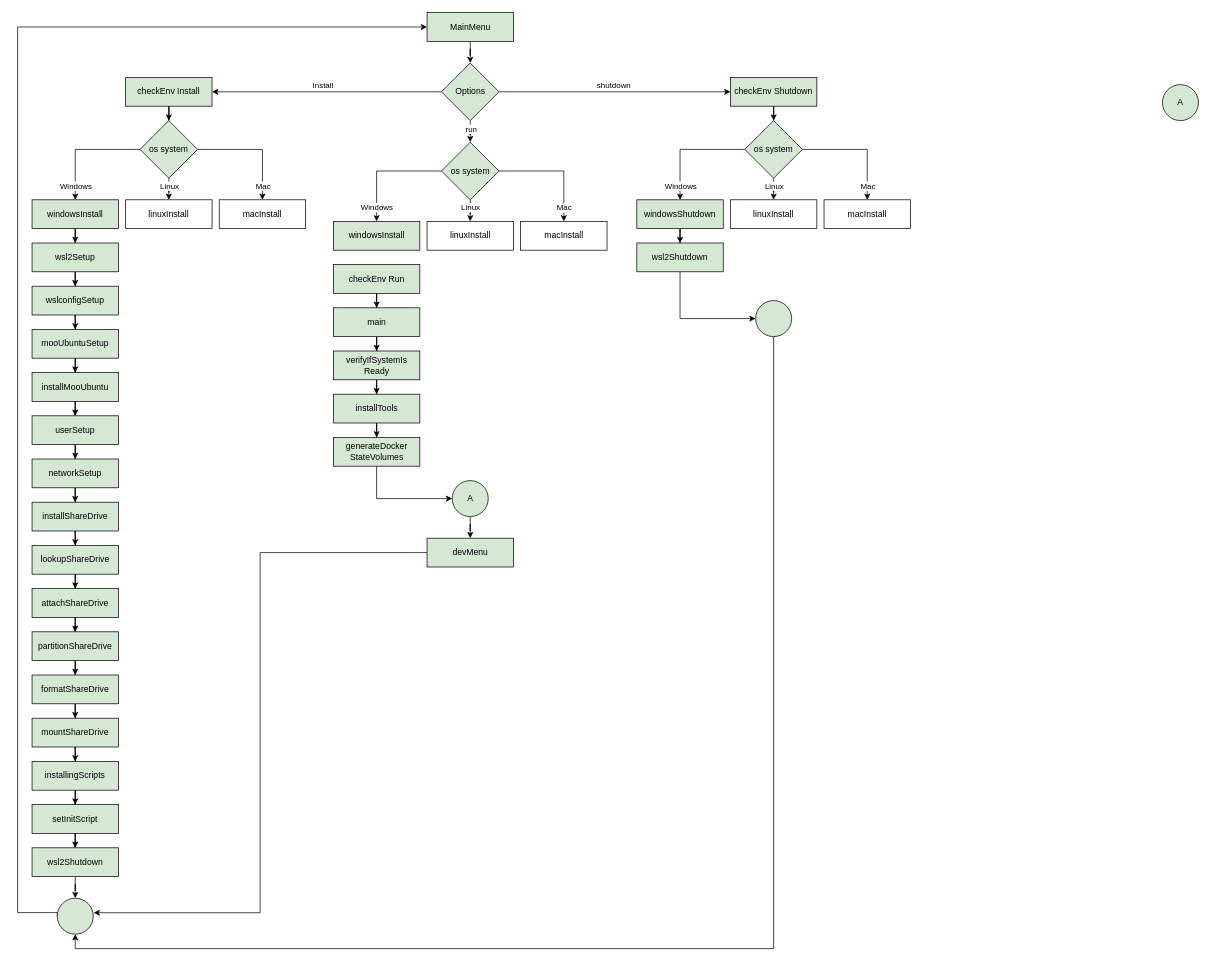
Above: page "Setup" (1 of 3) of Microservices Diagram.drawio in EfrenRobles/moo-microservicios (draw.io), before the change. Source tidied: cells renumbered, new cells numbered last; positions are measured from the earlier drawing's top-left corner, leaving out a move shared by most shapes. Both pictures are drawn from the tidied source at 72%, with x=0, y=0 at pixel (17, 12).
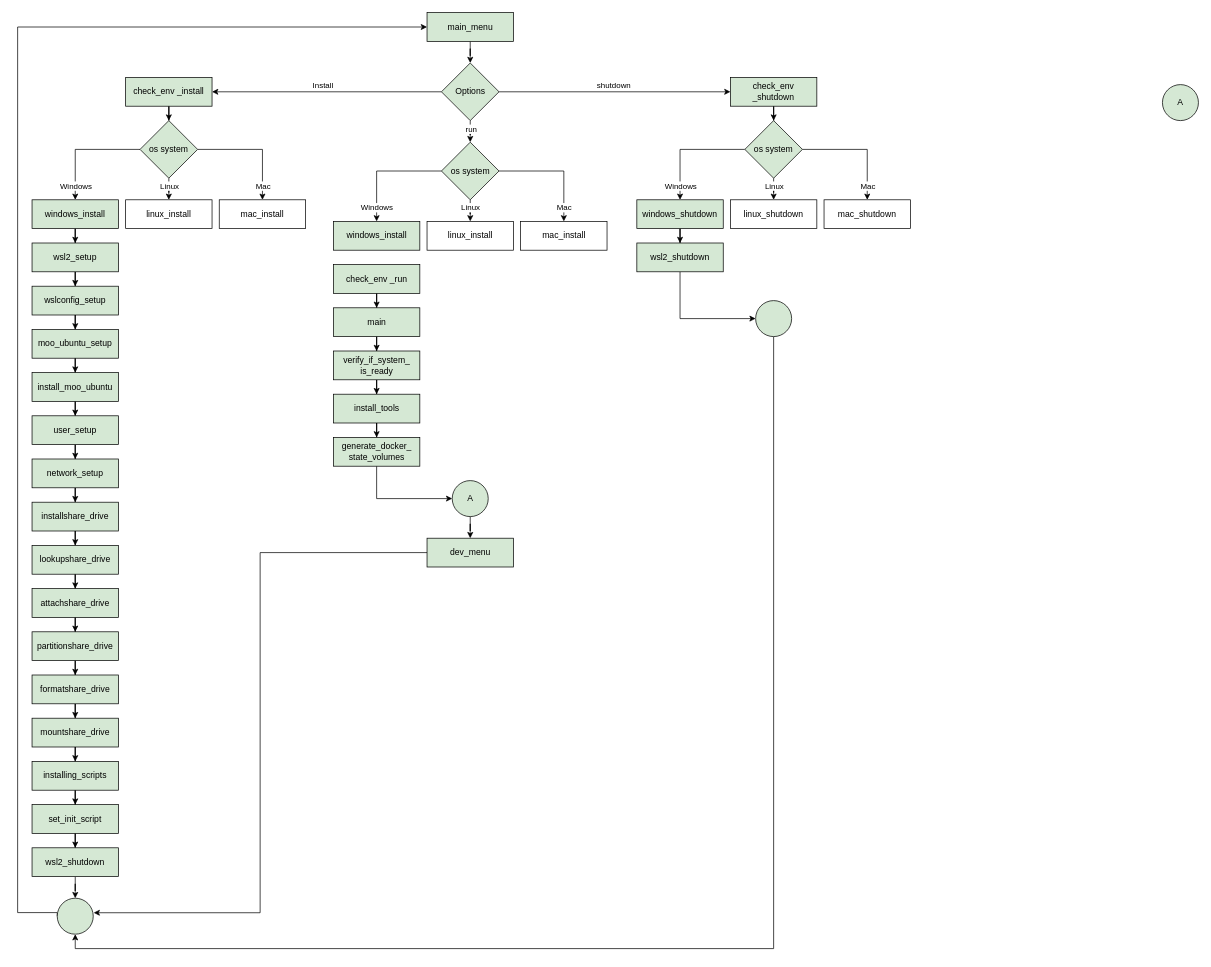
The same diagram, later.

Change to the diagram source:
```diff
@@
-    <mxCell id="3" value="MainMenu" style="rounded=0;whiteSpace=wrap;html=1;fillColor=#D5E8D4;" parent="1" vertex="1">
+    <mxCell id="3" value="main_menu" style="rounded=0;whiteSpace=wrap;html=1;fillColor=#D5E8D4;" parent="1" vertex="1">
       <mxGeometry x="568.6" width="120" height="40" as="geometry" />
     </mxCell>
@@
-    <mxCell id="5" value="checkEnv Run" style="rounded=0;whiteSpace=wrap;html=1;fillColor=#D5E8D4;" parent="1" vertex="1">
+    <mxCell id="5" value="check_env _run" style="rounded=0;whiteSpace=wrap;html=1;fillColor=#D5E8D4;" parent="1" vertex="1">
       <mxGeometry x="438.6" y="350" width="120" height="40" as="geometry" />
     </mxCell>
@@
-    <mxCell id="7" value="checkEnv&amp;nbsp;Shutdown" style="rounded=0;whiteSpace=wrap;html=1;fillColor=#D5E8D4;" parent="1" vertex="1">
+    <mxCell id="7" value="check_env _shutdown" style="rounded=0;whiteSpace=wrap;html=1;fillColor=#D5E8D4;" parent="1" vertex="1">
       <mxGeometry x="990" y="90" width="120" height="40" as="geometry" />
     </mxCell>
@@
-    <mxCell id="9" value="checkEnv Install" style="rounded=0;whiteSpace=wrap;html=1;fillColor=#D5E8D4;" parent="1" vertex="1">
+    <mxCell id="9" value="check_env _install" style="rounded=0;whiteSpace=wrap;html=1;fillColor=#D5E8D4;" parent="1" vertex="1">
       <mxGeometry x="150" y="90" width="120" height="40" as="geometry" />
     </mxCell>
@@
-    <mxCell id="25" value="windowsInstall" style="rounded=0;whiteSpace=wrap;html=1;fillColor=#D5E8D4;" parent="1" vertex="1">
+    <mxCell id="25" value="windows_install" style="rounded=0;whiteSpace=wrap;html=1;fillColor=#D5E8D4;" parent="1" vertex="1">
       <mxGeometry x="20" y="260" width="120" height="40" as="geometry" />
     </mxCell>
-    <mxCell id="26" value="linuxInstall" style="rounded=0;whiteSpace=wrap;html=1;" parent="1" vertex="1">
+    <mxCell id="26" value="linux_install" style="rounded=0;whiteSpace=wrap;html=1;" parent="1" vertex="1">
       <mxGeometry x="150" y="260" width="120" height="40" as="geometry" />
     </mxCell>
-    <mxCell id="27" value="macInstall" style="rounded=0;whiteSpace=wrap;html=1;" parent="1" vertex="1">
+    <mxCell id="27" value="mac_install" style="rounded=0;whiteSpace=wrap;html=1;" parent="1" vertex="1">
       <mxGeometry x="280" y="260" width="120" height="40" as="geometry" />
     </mxCell>
@@
-    <mxCell id="29" value="wsl2Setup" style="rounded=0;whiteSpace=wrap;html=1;fillColor=#D5E8D4;" parent="1" vertex="1">
+    <mxCell id="29" value="wsl2_setup" style="rounded=0;whiteSpace=wrap;html=1;fillColor=#D5E8D4;" parent="1" vertex="1">
       <mxGeometry x="20" y="320" width="120" height="40" as="geometry" />
     </mxCell>
@@
-    <mxCell id="31" value="wslconfigSetup" style="rounded=0;whiteSpace=wrap;html=1;fillColor=#D5E8D4;" parent="1" vertex="1">
+    <mxCell id="31" value="wslconfig_setup" style="rounded=0;whiteSpace=wrap;html=1;fillColor=#D5E8D4;" parent="1" vertex="1">
       <mxGeometry x="20" y="380" width="120" height="40" as="geometry" />
     </mxCell>
@@
-    <mxCell id="33" value="mooUbuntuSetup" style="rounded=0;whiteSpace=wrap;html=1;fillColor=#D5E8D4;" parent="1" vertex="1">
+    <mxCell id="33" value="moo_ubuntu_setup" style="rounded=0;whiteSpace=wrap;html=1;fillColor=#D5E8D4;" parent="1" vertex="1">
       <mxGeometry x="20" y="440" width="120" height="40" as="geometry" />
     </mxCell>
@@
-    <mxCell id="38" value="formatShareDrive" style="rounded=0;whiteSpace=wrap;html=1;fillColor=#D5E8D4;" parent="1" vertex="1">
+    <mxCell id="38" value="formatshare_drive" style="rounded=0;whiteSpace=wrap;html=1;fillColor=#D5E8D4;" parent="1" vertex="1">
       <mxGeometry x="20" y="920" width="120" height="40" as="geometry" />
     </mxCell>
@@
-    <mxCell id="40" value="setInitScript" style="rounded=0;whiteSpace=wrap;html=1;fillColor=#D5E8D4;" parent="1" vertex="1">
+    <mxCell id="40" value="set_init_script" style="rounded=0;whiteSpace=wrap;html=1;fillColor=#D5E8D4;" parent="1" vertex="1">
       <mxGeometry x="20" y="1100" width="120" height="40" as="geometry" />
     </mxCell>
@@
-    <mxCell id="43" value="installMooUbuntu" style="rounded=0;whiteSpace=wrap;html=1;fillColor=#D5E8D4;" parent="1" vertex="1">
+    <mxCell id="43" value="install_moo_ubuntu" style="rounded=0;whiteSpace=wrap;html=1;fillColor=#D5E8D4;" parent="1" vertex="1">
       <mxGeometry x="20" y="500" width="120" height="40" as="geometry" />
     </mxCell>
@@
-    <mxCell id="45" value="userSetup" style="rounded=0;whiteSpace=wrap;html=1;fillColor=#D5E8D4;" parent="1" vertex="1">
+    <mxCell id="45" value="user_s&lt;span style=&quot;background-color: transparent; color: light-dark(rgb(0, 0, 0), rgb(255, 255, 255));&quot;&gt;etup&lt;/span&gt;" style="rounded=0;whiteSpace=wrap;html=1;fillColor=#D5E8D4;" parent="1" vertex="1">
       <mxGeometry x="20" y="560" width="120" height="40" as="geometry" />
     </mxCell>
@@
-    <mxCell id="47" value="networkSetup" style="rounded=0;whiteSpace=wrap;html=1;fillColor=#D5E8D4;" parent="1" vertex="1">
+    <mxCell id="47" value="network_setup" style="rounded=0;whiteSpace=wrap;html=1;fillColor=#D5E8D4;" parent="1" vertex="1">
       <mxGeometry x="20" y="620" width="120" height="40" as="geometry" />
     </mxCell>
@@
-    <mxCell id="49" value="installShareDrive" style="rounded=0;whiteSpace=wrap;html=1;fillColor=#D5E8D4;" parent="1" vertex="1">
+    <mxCell id="49" value="installshare_drive" style="rounded=0;whiteSpace=wrap;html=1;fillColor=#D5E8D4;" parent="1" vertex="1">
       <mxGeometry x="20" y="680" width="120" height="40" as="geometry" />
     </mxCell>
@@
-    <mxCell id="51" value="lookupShareDrive" style="rounded=0;whiteSpace=wrap;html=1;fillColor=#D5E8D4;" parent="1" vertex="1">
+    <mxCell id="51" value="lookupshare_drive" style="rounded=0;whiteSpace=wrap;html=1;fillColor=#D5E8D4;" parent="1" vertex="1">
       <mxGeometry x="20" y="740" width="120" height="40" as="geometry" />
     </mxCell>
@@
-    <mxCell id="53" value="partitionShareDrive" style="rounded=0;whiteSpace=wrap;html=1;fillColor=#D5E8D4;" parent="1" vertex="1">
+    <mxCell id="53" value="partitionshare_drive" style="rounded=0;whiteSpace=wrap;html=1;fillColor=#D5E8D4;" parent="1" vertex="1">
       <mxGeometry x="20" y="860" width="120" height="40" as="geometry" />
     </mxCell>
@@
-    <mxCell id="55" value="mountShareDrive" style="rounded=0;whiteSpace=wrap;html=1;fillColor=#D5E8D4;" parent="1" vertex="1">
+    <mxCell id="55" value="mountshare_drive" style="rounded=0;whiteSpace=wrap;html=1;fillColor=#D5E8D4;" parent="1" vertex="1">
       <mxGeometry x="20" y="980" width="120" height="40" as="geometry" />
     </mxCell>
@@
-    <mxCell id="57" value="attachShareDrive" style="rounded=0;whiteSpace=wrap;html=1;fillColor=#D5E8D4;" parent="1" vertex="1">
+    <mxCell id="57" value="attachshare_drive" style="rounded=0;whiteSpace=wrap;html=1;fillColor=#D5E8D4;" parent="1" vertex="1">
       <mxGeometry x="20" y="800" width="120" height="40" as="geometry" />
     </mxCell>
@@
-    <mxCell id="59" value="installingScripts" style="rounded=0;whiteSpace=wrap;html=1;fillColor=#D5E8D4;" parent="1" vertex="1">
+    <mxCell id="59" value="installing_scripts" style="rounded=0;whiteSpace=wrap;html=1;fillColor=#D5E8D4;" parent="1" vertex="1">
       <mxGeometry x="20" y="1040" width="120" height="40" as="geometry" />
     </mxCell>
@@
-    <mxCell id="61" value="verifyIfSystemIs&lt;br&gt;Ready" style="rounded=0;whiteSpace=wrap;html=1;fillColor=#D5E8D4;" parent="1" vertex="1">
+    <mxCell id="61" value="verify_if_system_&lt;br&gt;is_ready" style="rounded=0;whiteSpace=wrap;html=1;fillColor=#D5E8D4;" parent="1" vertex="1">
       <mxGeometry x="438.6" y="470" width="120" height="40" as="geometry" />
     </mxCell>
@@
-    <mxCell id="63" value="installTools" style="rounded=0;whiteSpace=wrap;html=1;fillColor=#D5E8D4;" parent="1" vertex="1">
+    <mxCell id="63" value="install_tools" style="rounded=0;whiteSpace=wrap;html=1;fillColor=#D5E8D4;" parent="1" vertex="1">
       <mxGeometry x="438.6" y="530" width="120" height="40" as="geometry" />
     </mxCell>
-    <mxCell id="64" value="devMenu" style="rounded=0;whiteSpace=wrap;html=1;fillColor=#D5E8D4;" parent="1" vertex="1">
+    <mxCell id="64" value="dev_menu" style="rounded=0;whiteSpace=wrap;html=1;fillColor=#D5E8D4;" parent="1" vertex="1">
       <mxGeometry x="568.6" y="730" width="120" height="40" as="geometry" />
     </mxCell>
@@
-    <mxCell id="66" value="generateDocker&lt;br&gt;StateVolumes" style="rounded=0;whiteSpace=wrap;html=1;fillColor=#D5E8D4;" parent="1" vertex="1">
+    <mxCell id="66" value="generate_docker_&lt;br&gt;state_volumes" style="rounded=0;whiteSpace=wrap;html=1;fillColor=#D5E8D4;" parent="1" vertex="1">
       <mxGeometry x="438.6" y="590" width="120" height="40" as="geometry" />
     </mxCell>
@@
-    <mxCell id="74" value="windowsInstall" style="rounded=0;whiteSpace=wrap;html=1;fillColor=#D5E8D4;" parent="1" vertex="1">
+    <mxCell id="74" value="windows_install" style="rounded=0;whiteSpace=wrap;html=1;fillColor=#D5E8D4;" parent="1" vertex="1">
       <mxGeometry x="438.6" y="290" width="120" height="40" as="geometry" />
     </mxCell>
-    <mxCell id="75" value="linuxInstall" style="rounded=0;whiteSpace=wrap;html=1;" parent="1" vertex="1">
+    <mxCell id="75" value="linux_install" style="rounded=0;whiteSpace=wrap;html=1;" parent="1" vertex="1">
       <mxGeometry x="568.6" y="290" width="120" height="40" as="geometry" />
     </mxCell>
-    <mxCell id="76" value="macInstall" style="rounded=0;whiteSpace=wrap;html=1;" parent="1" vertex="1">
+    <mxCell id="76" value="mac_install" style="rounded=0;whiteSpace=wrap;html=1;" parent="1" vertex="1">
       <mxGeometry x="698.6" y="290" width="120" height="40" as="geometry" />
     </mxCell>
@@
-    <mxCell id="86" value="windowsShutdown" style="rounded=0;whiteSpace=wrap;html=1;fillColor=#D5E8D4;" parent="1" vertex="1">
+    <mxCell id="86" value="windows_shutdown" style="rounded=0;whiteSpace=wrap;html=1;fillColor=#D5E8D4;" parent="1" vertex="1">
       <mxGeometry x="860" y="260" width="120" height="40" as="geometry" />
     </mxCell>
-    <mxCell id="87" value="linuxInstall" style="rounded=0;whiteSpace=wrap;html=1;" parent="1" vertex="1">
+    <mxCell id="87" value="linux_shutdown" style="rounded=0;whiteSpace=wrap;html=1;" parent="1" vertex="1">
       <mxGeometry x="990" y="260" width="120" height="40" as="geometry" />
     </mxCell>
-    <mxCell id="88" value="macInstall" style="rounded=0;whiteSpace=wrap;html=1;" parent="1" vertex="1">
+    <mxCell id="88" value="mac_shutdown" style="rounded=0;whiteSpace=wrap;html=1;" parent="1" vertex="1">
       <mxGeometry x="1120" y="260" width="120" height="40" as="geometry" />
     </mxCell>
@@
-    <mxCell id="90" value="wsl2Shutdown" style="rounded=0;whiteSpace=wrap;html=1;fillColor=#D5E8D4;" parent="1" vertex="1">
+    <mxCell id="90" value="wsl2_shutdown" style="rounded=0;whiteSpace=wrap;html=1;fillColor=#D5E8D4;" parent="1" vertex="1">
       <mxGeometry x="860" y="320" width="120" height="40" as="geometry" />
     </mxCell>
@@
-    <mxCell id="92" value="wsl2Shutdown" style="rounded=0;whiteSpace=wrap;html=1;fillColor=#D5E8D4;" parent="1" vertex="1">
+    <mxCell id="92" value="wsl2_shutdown" style="rounded=0;whiteSpace=wrap;html=1;fillColor=#D5E8D4;" parent="1" vertex="1">
       <mxGeometry x="20" y="1160" width="120" height="40" as="geometry" />
     </mxCell>
```
